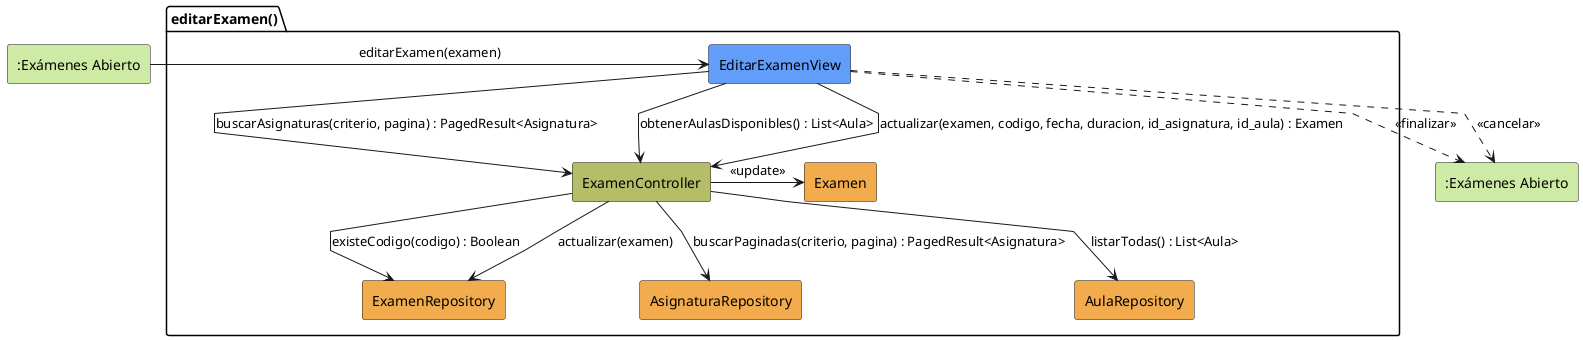
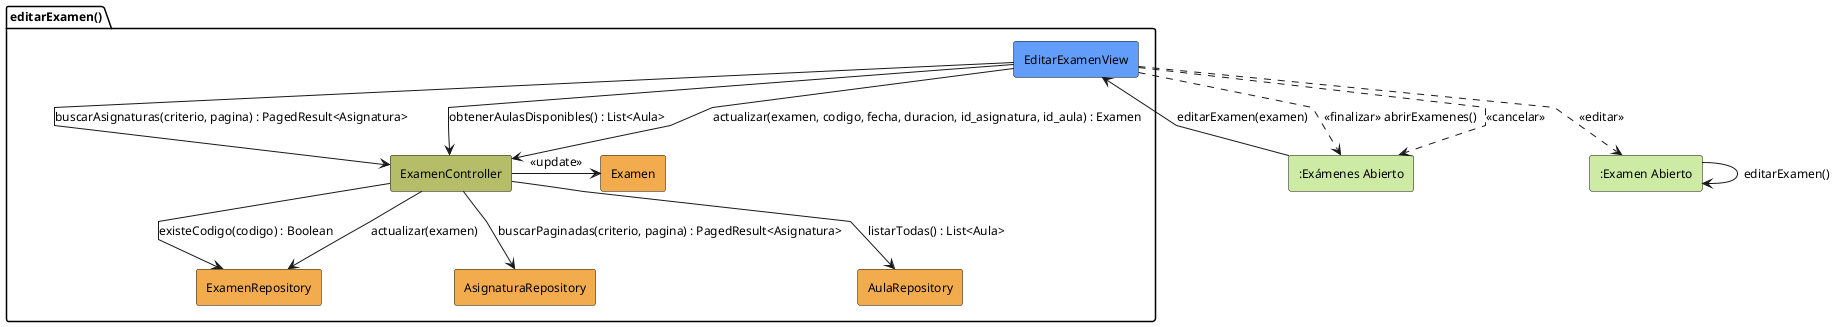
@startuml editarExamen-analisis
+ skinparam backgroundColor white
+ skinparam shadowing false
+ skinparam DefaultFontColor black
+ skinparam DefaultFontSize 12
skinparam linetype polyline

rectangle #CDEBA5 ":Exámenes Abierto" as ExamenesAbierto
+ rectangle #CDEBA5 ":Examen Abierto" as ExamenAbierto

package editarExamen as "editarExamen()" {
    rectangle #629EF9 EditarExamenView
    rectangle #b5bd68 ExamenController
    rectangle #F2AC4E ExamenRepository
    rectangle #F2AC4E AsignaturaRepository
    rectangle #F2AC4E AulaRepository
    rectangle #F2AC4E Examen
}
- 
- rectangle #CDEBA5 ":Exámenes Abierto" as ExamenesAbiertoSalida

ExamenesAbierto -r-> EditarExamenView: editarExamen(examen)

EditarExamenView -d-> ExamenController: buscarAsignaturas(criterio, pagina) : PagedResult<Asignatura>
ExamenController -d-> AsignaturaRepository: buscarPaginadas(criterio, pagina) : PagedResult<Asignatura>

EditarExamenView -d-> ExamenController: obtenerAulasDisponibles() : List<Aula>
ExamenController -d-> AulaRepository: listarTodas() : List<Aula>

EditarExamenView -d-> ExamenController: actualizar(examen, codigo, fecha, duracion, id_asignatura, id_aula) : Examen

ExamenController -d-> ExamenRepository: existeCodigo(codigo) : Boolean
ExamenController -r-> Examen: <<update>>
ExamenController -d-> ExamenRepository: actualizar(examen)

- EditarExamenView ..> ExamenesAbiertoSalida: <<finalizar>>
- EditarExamenView ..> ExamenesAbiertoSalida: <<cancelar>>
+ EditarExamenView ..> ExamenAbierto: <<editar>>
+ ExamenAbierto --> ExamenAbierto: editarExamen()
+ 
+ EditarExamenView ..> ExamenesAbierto: <<finalizar>> abrirExamenes()
+ EditarExamenView ..> ExamenesAbierto: <<cancelar>>

@enduml
